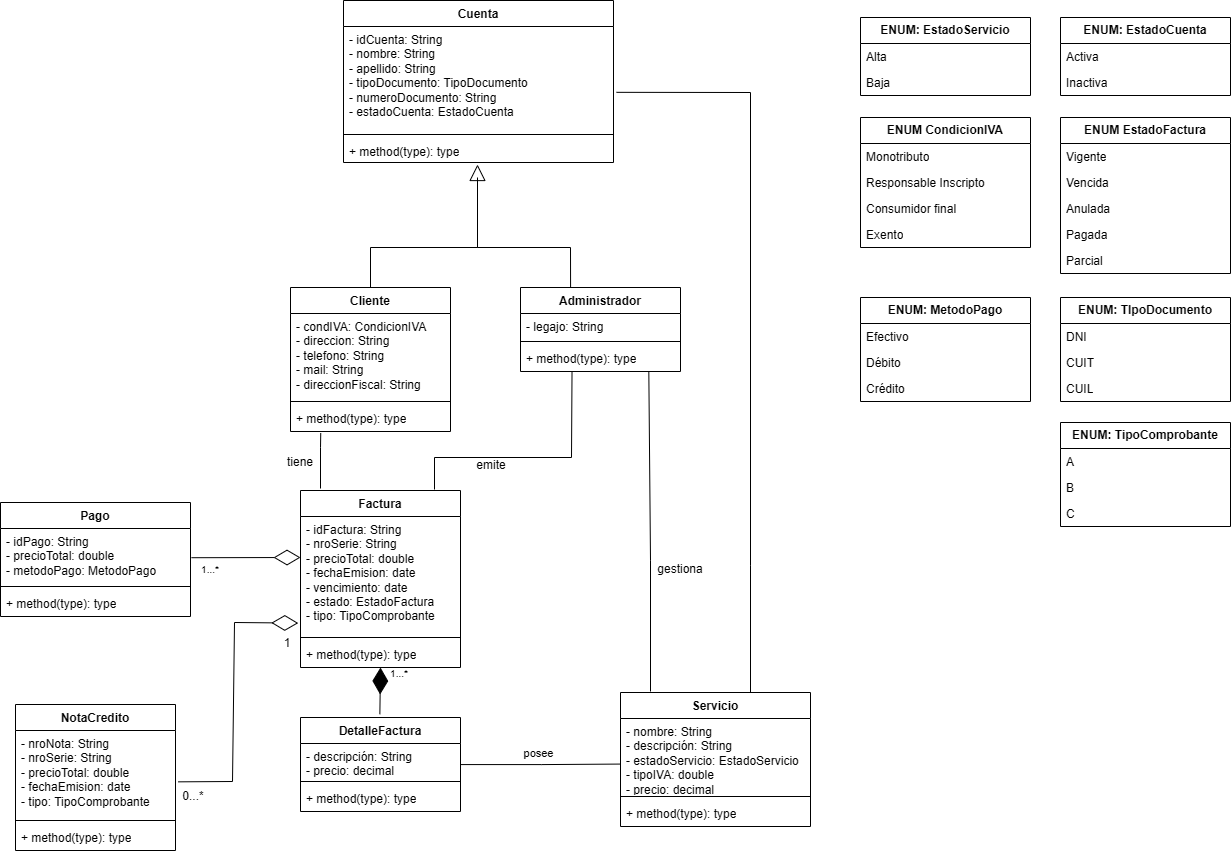
The draw.io diagram diagramas/Diagrama de clases - Integrador POO II.png in Milagros-Ernst/Trabajo-Integrador-POO-2, before a commit. Source tidied: cells renumbered, new cells last; positions are measured from the earlier drawing's top-left corner, leaving out a move shared by most shapes.
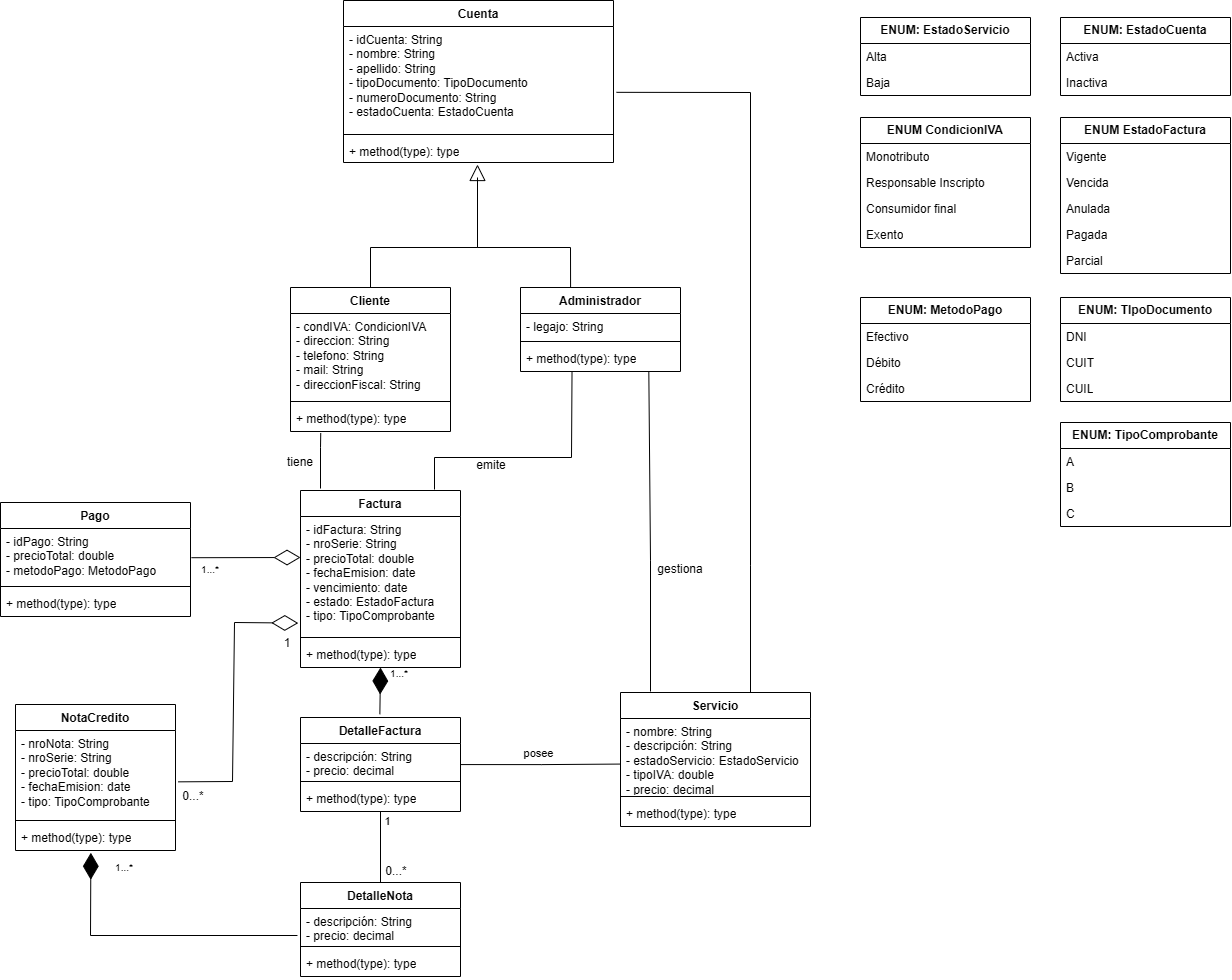
After the commit.

Commit message:
Agregué la clase DetalleNota

Change to the diagram source:
```diff
@@ -289,5 +289,43 @@
     <mxCell id="80" value="1" style="text;html=1;whiteSpace=wrap;strokeColor=none;fillColor=none;align=center;verticalAlign=middle;rounded=0;" parent="1" vertex="1">
       <mxGeometry x="257" y="628" width="60" height="30" as="geometry" />
     </mxCell>
+    <mxCell id="81" value="DetalleNota" style="swimlane;fontStyle=1;align=center;verticalAlign=top;horizontal=1;startSize=26;whiteSpace=wrap;html=1;" parent="1" vertex="1">
+      <mxGeometry x="300" y="882" width="160" height="94" as="geometry" />
+    </mxCell>
+    <mxCell id="82" value="- descripción: String&lt;div&gt;- precio: decimal&lt;/div&gt;" style="text;strokeColor=none;fillColor=none;align=left;verticalAlign=top;spacingLeft=4;spacingRight=4;overflow=hidden;points=[[0,0.5],[1,0.5]];portConstraint=eastwest;whiteSpace=wrap;html=1;" parent="81" vertex="1">
+      <mxGeometry y="26" width="160" height="34" as="geometry" />
+    </mxCell>
+    <mxCell id="83" style="line;strokeWidth=1;fillColor=none;align=left;verticalAlign=middle;spacingTop=-1;spacingLeft=3;spacingRight=3;labelPosition=right;strokeColor=inherit;" parent="81" vertex="1">
+      <mxGeometry y="60" width="160" height="8" as="geometry" />
+    </mxCell>
+    <mxCell id="84" value="+ method(type): type" style="text;strokeColor=none;fillColor=none;align=left;verticalAlign=top;spacingLeft=4;spacingRight=4;overflow=hidden;whiteSpace=wrap;html=1;" parent="81" vertex="1">
+      <mxGeometry y="68" width="160" height="26" as="geometry" />
+    </mxCell>
+    <mxCell id="85" style="endArrow=none;html=1;edgeStyle=orthogonalEdgeStyle;rounded=0;exitX=0.5;exitY=0;exitDx=0;exitDy=0;" parent="1" edge="1" source="81">
+      <mxGeometry relative="1" as="geometry">
+        <mxPoint x="378" y="811" as="targetPoint" />
+        <Array as="points">
+          <mxPoint x="380" y="811" />
+        </Array>
+      </mxGeometry>
+    </mxCell>
+    <mxCell id="86" value="1" style="edgeLabel;html=1;align=center;verticalAlign=middle;" parent="85" vertex="1">
+      <mxGeometry x="0.09" relative="1" as="geometry">
+        <mxPoint x="6" y="-22" as="offset" />
+      </mxGeometry>
+    </mxCell>
+    <mxCell id="87" value="0...*" style="text;html=1;whiteSpace=wrap;strokeColor=none;fillColor=none;align=center;verticalAlign=middle;rounded=0;" parent="1" vertex="1">
+      <mxGeometry x="366" y="856" width="60" height="30" as="geometry" />
+    </mxCell>
+    <mxCell id="88" style="endArrow=diamondThin;endFill=1;endSize=24;html=1;rounded=0;exitX=-0.019;exitY=0.794;exitDx=0;exitDy=0;exitPerimeter=0;entryX=0.471;entryY=1.087;entryDx=0;entryDy=0;entryPerimeter=0;" parent="1" edge="1" source="82" target="73">
+      <mxGeometry relative="1" as="geometry">
+        <Array as="points">
+          <mxPoint x="90" y="935" />
+        </Array>
+      </mxGeometry>
+    </mxCell>
+    <mxCell id="89" value="&lt;font style=&quot;font-size: 10px;&quot;&gt;1...*&lt;/font&gt;" style="text;html=1;whiteSpace=wrap;strokeColor=none;fillColor=none;align=center;verticalAlign=middle;rounded=0;" parent="1" vertex="1">
+      <mxGeometry x="94" y="852" width="60" height="30" as="geometry" />
+    </mxCell>
   </root>
 </mxGraphModel>
```
